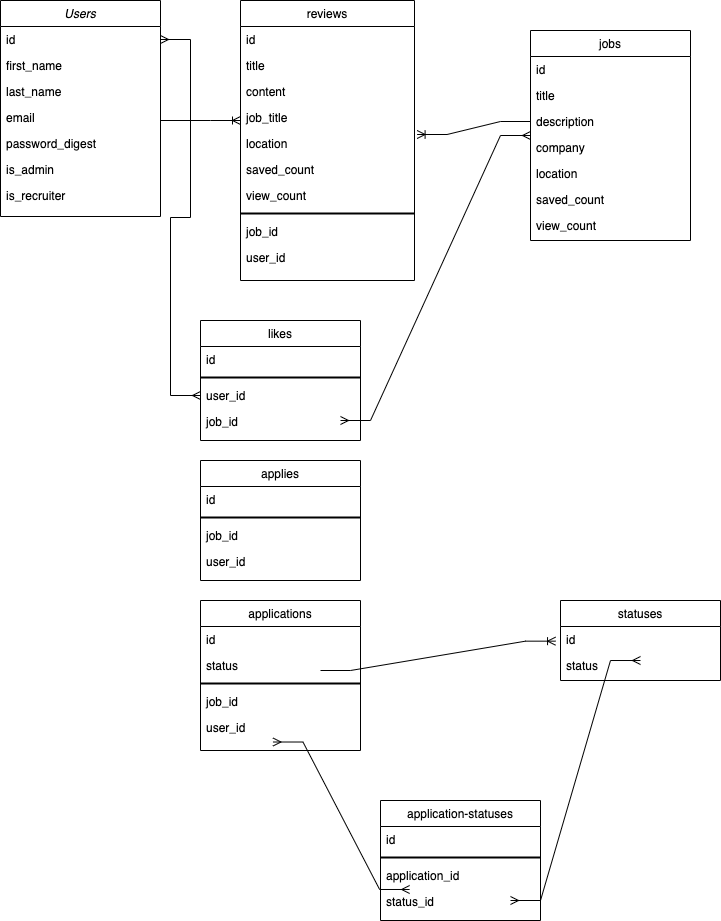
Earlier version of the draw.io export Job_finder ERD.drawio.png (banban-22/job_finder). Source tidied: cells renumbered, new cells last; positions are measured from the earlier drawing's top-left corner, leaving out a move shared by most shapes.
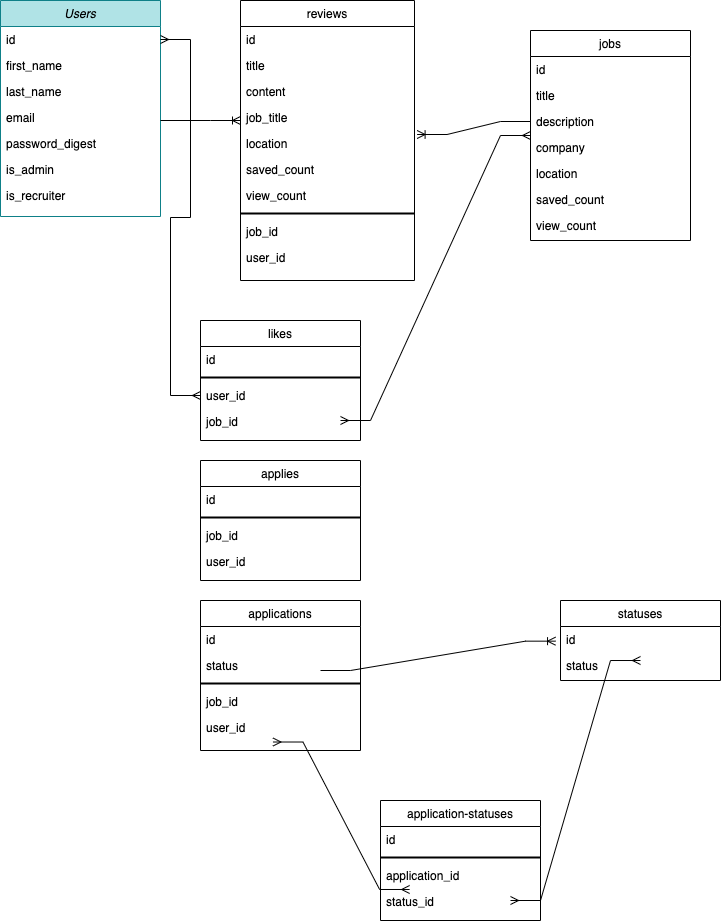
Later version of the same file.

What changed in the source:
```diff
@@ -2,7 +2,7 @@
   <root>
     <mxCell id="0" />
     <mxCell id="1" parent="0" />
-    <mxCell id="2" value="Users" style="swimlane;fontStyle=2;align=center;verticalAlign=top;horizontal=1;startSize=26;rounded=0;shadow=0;strokeWidth=1;" parent="1" vertex="1">
+    <mxCell id="2" value="Users" style="swimlane;fontStyle=2;align=center;verticalAlign=top;horizontal=1;startSize=26;rounded=0;shadow=0;strokeWidth=1;fillColor=#b0e3e6;strokeColor=#0e8088;" parent="1" vertex="1">
       <mxGeometry width="160" height="216" as="geometry" />
     </mxCell>
     <mxCell id="3" value="id" style="text;align=left;verticalAlign=top;spacingLeft=4;spacingRight=4;overflow=hidden;points=[[0,0.5],[1,0.5]];portConstraint=eastwest;" parent="2" vertex="1">
```
